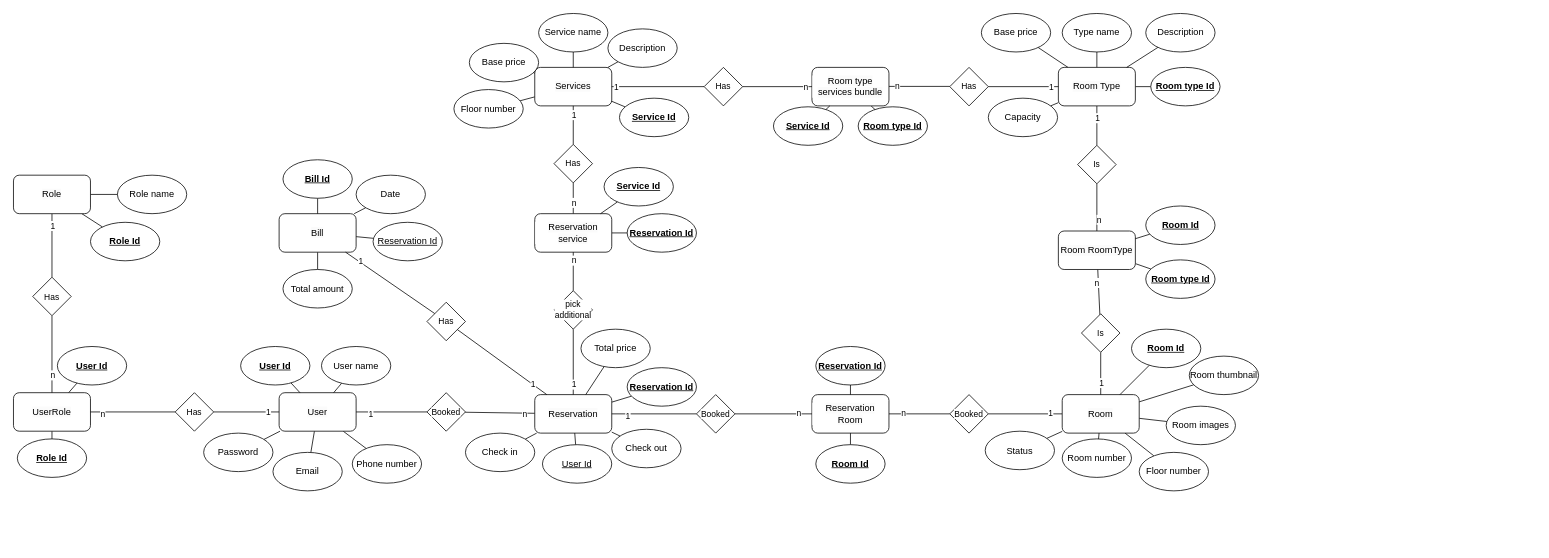
This is doc/ER-Hotel-Management.drawio from HoangDepTraiBoDoiThe/HotelManagement, a draw.io file, before an edit. Source tidied: cells renumbered, new cells numbered last; positions are measured from the earlier drawing's top-left corner, leaving out a move shared by most shapes. Both pictures are drawn from the tidied source at 77%, with x=0, y=0 at pixel (13, 13).
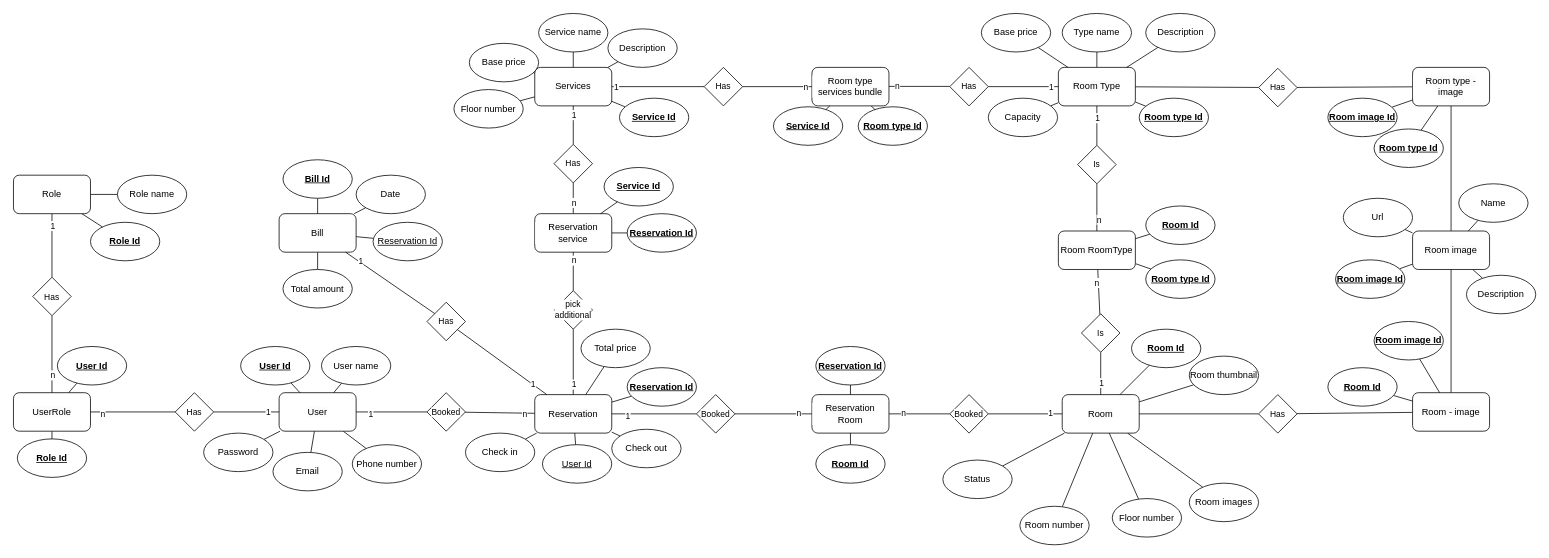
The same diagram, later.

Commit message (it also covers changes not shown here):
Implementing room image - WIP

Unchanged cells that the change refers to:
```xml
<mxCell id="55" value="&lt;span style=&quot;font-size: 12px; background-color: rgb(251, 251, 251);&quot;&gt;Room&lt;/span&gt;" style="rounded=1;whiteSpace=wrap;html=1;fontFamily=Helvetica;fontSize=11;fontColor=default;labelBackgroundColor=default;" parent="1" vertex="1">
  <mxGeometry x="1362" y="495" width="100" height="50" as="geometry" />
</mxCell>
<mxCell id="68" value="&lt;span style=&quot;font-size: 12px; background-color: rgb(251, 251, 251);&quot;&gt;Room Type&lt;/span&gt;" style="rounded=1;whiteSpace=wrap;html=1;fontFamily=Helvetica;fontSize=11;fontColor=default;labelBackgroundColor=default;" parent="1" vertex="1">
  <mxGeometry x="1357" y="70" width="100" height="50" as="geometry" />
</mxCell>
```

Diff of the diagram source:
```diff
@@
     <mxCell id="61" value="Room number" style="ellipse;whiteSpace=wrap;html=1;fontStyle=0;" parent="1" vertex="1">
-      <mxGeometry x="1362" y="552.5" width="90" height="50" as="geometry" />
+      <mxGeometry x="1307" y="640" width="90" height="50" as="geometry" />
     </mxCell>
@@
+    <mxCell id="159" style="edgeStyle=none;shape=connector;rounded=0;jettySize=auto;html=1;strokeColor=default;align=center;verticalAlign=middle;fontFamily=Helvetica;fontSize=11;fontColor=default;labelBackgroundColor=default;endArrow=none;endFill=0;" parent="1" edge="1" source="174" target="163">
+      <mxGeometry relative="1" as="geometry" />
+    </mxCell>
@@
     <mxCell id="69" value="Floor number" style="ellipse;whiteSpace=wrap;html=1;fontStyle=0;" parent="1" vertex="1">
-      <mxGeometry x="1462" y="570" width="90" height="50" as="geometry" />
+      <mxGeometry x="1427" y="630" width="90" height="50" as="geometry" />
     </mxCell>
     <mxCell id="70" value="Status" style="ellipse;whiteSpace=wrap;html=1;fontStyle=0;" parent="1" vertex="1">
-      <mxGeometry x="1262" y="542.5" width="90" height="50" as="geometry" />
+      <mxGeometry x="1207" y="580" width="90" height="50" as="geometry" />
     </mxCell>
@@
     <mxCell id="74" value="Room type Id" style="ellipse;whiteSpace=wrap;html=1;fontStyle=5;" parent="1" vertex="1">
-      <mxGeometry x="1477" y="70" width="90" height="50" as="geometry" />
+      <mxGeometry x="1462" y="110" width="90" height="50" as="geometry" />
     </mxCell>
@@
     <mxCell id="157" value="Room images" style="ellipse;whiteSpace=wrap;html=1;fontStyle=0;" parent="1" vertex="1">
-      <mxGeometry x="1497" y="510" width="90" height="50" as="geometry" />
+      <mxGeometry x="1527" y="610" width="90" height="50" as="geometry" />
     </mxCell>
@@
+    <mxCell id="160" style="edgeStyle=none;shape=connector;rounded=0;jettySize=auto;html=1;strokeColor=default;align=center;verticalAlign=middle;fontFamily=Helvetica;fontSize=11;fontColor=default;labelBackgroundColor=default;endArrow=none;endFill=0;" parent="1" edge="1" source="163" target="177">
+      <mxGeometry relative="1" as="geometry" />
+    </mxCell>
+    <mxCell id="161" style="edgeStyle=none;shape=connector;rounded=0;jettySize=auto;html=1;strokeColor=default;align=center;verticalAlign=middle;fontFamily=Helvetica;fontSize=11;fontColor=default;labelBackgroundColor=default;endArrow=none;endFill=0;" parent="1" edge="1" source="163" target="182">
+      <mxGeometry relative="1" as="geometry" />
+    </mxCell>
+    <mxCell id="162" style="edgeStyle=none;shape=connector;rounded=0;jettySize=auto;html=1;strokeColor=default;align=center;verticalAlign=middle;fontFamily=Helvetica;fontSize=11;fontColor=default;labelBackgroundColor=default;endArrow=none;endFill=0;" parent="1" edge="1" source="163" target="185">
+      <mxGeometry relative="1" as="geometry" />
+    </mxCell>
+    <mxCell id="163" value="&lt;span style=&quot;font-size: 12px; background-color: rgb(251, 251, 251);&quot;&gt;Room image&lt;/span&gt;" style="rounded=1;whiteSpace=wrap;html=1;fontFamily=Helvetica;fontSize=11;fontColor=default;labelBackgroundColor=default;" parent="1" vertex="1">
+      <mxGeometry x="1817" y="282.5" width="100" height="50" as="geometry" />
+    </mxCell>
+    <mxCell id="164" style="edgeStyle=none;shape=connector;rounded=0;jettySize=auto;html=1;strokeColor=default;align=center;verticalAlign=middle;fontFamily=Helvetica;fontSize=11;fontColor=default;labelBackgroundColor=default;endArrow=none;endFill=0;" parent="1" edge="1" source="55" target="166">
+      <mxGeometry relative="1" as="geometry" />
+    </mxCell>
+    <mxCell id="165" style="edgeStyle=none;shape=connector;rounded=0;jettySize=auto;html=1;strokeColor=default;align=center;verticalAlign=middle;fontFamily=Helvetica;fontSize=11;fontColor=default;labelBackgroundColor=default;endArrow=none;endFill=0;" parent="1" edge="1" source="166" target="170">
+      <mxGeometry relative="1" as="geometry" />
+    </mxCell>
+    <mxCell id="166" value="Has" style="rhombus;whiteSpace=wrap;html=1;fontFamily=Helvetica;fontSize=11;fontColor=default;labelBackgroundColor=default;" parent="1" vertex="1">
+      <mxGeometry x="1617" y="495" width="50" height="50" as="geometry" />
+    </mxCell>
+    <mxCell id="167" style="edgeStyle=none;shape=connector;rounded=0;jettySize=auto;html=1;strokeColor=default;align=center;verticalAlign=middle;fontFamily=Helvetica;fontSize=11;fontColor=default;labelBackgroundColor=default;endArrow=none;endFill=0;" parent="1" edge="1" source="68" target="168">
+      <mxGeometry relative="1" as="geometry" />
+    </mxCell>
+    <mxCell id="168" value="Has" style="rhombus;whiteSpace=wrap;html=1;fontFamily=Helvetica;fontSize=11;fontColor=default;labelBackgroundColor=default;" parent="1" vertex="1">
+      <mxGeometry x="1617" y="71.2" width="50" height="50" as="geometry" />
+    </mxCell>
+    <mxCell id="169" style="edgeStyle=none;shape=connector;rounded=0;jettySize=auto;html=1;strokeColor=default;align=center;verticalAlign=middle;fontFamily=Helvetica;fontSize=11;fontColor=default;labelBackgroundColor=default;endArrow=none;endFill=0;" parent="1" edge="1" source="170" target="163">
+      <mxGeometry relative="1" as="geometry" />
+    </mxCell>
+    <mxCell id="170" value="&lt;span style=&quot;font-size: 12px; background-color: rgb(251, 251, 251);&quot;&gt;Room - image&lt;/span&gt;" style="rounded=1;whiteSpace=wrap;html=1;fontFamily=Helvetica;fontSize=11;fontColor=default;labelBackgroundColor=default;" parent="1" vertex="1">
+      <mxGeometry x="1817" y="492.5" width="100" height="50" as="geometry" />
+    </mxCell>
+    <mxCell id="171" style="edgeStyle=none;shape=connector;rounded=0;jettySize=auto;html=1;strokeColor=default;align=center;verticalAlign=middle;fontFamily=Helvetica;fontSize=11;fontColor=default;labelBackgroundColor=default;endArrow=none;endFill=0;" parent="1" edge="1" source="168" target="174">
+      <mxGeometry relative="1" as="geometry" />
+    </mxCell>
+    <mxCell id="172" style="edgeStyle=none;shape=connector;rounded=0;jettySize=auto;html=1;strokeColor=default;align=center;verticalAlign=middle;fontFamily=Helvetica;fontSize=11;fontColor=default;labelBackgroundColor=default;endArrow=none;endFill=0;" parent="1" edge="1" source="174" target="180">
+      <mxGeometry relative="1" as="geometry" />
+    </mxCell>
+    <mxCell id="173" style="edgeStyle=none;shape=connector;rounded=0;jettySize=auto;html=1;strokeColor=default;align=center;verticalAlign=middle;fontFamily=Helvetica;fontSize=11;fontColor=default;labelBackgroundColor=default;endArrow=none;endFill=0;" parent="1" edge="1" source="174" target="181">
+      <mxGeometry relative="1" as="geometry" />
+    </mxCell>
+    <mxCell id="174" value="&lt;span style=&quot;font-size: 12px; background-color: rgb(251, 251, 251);&quot;&gt;Room type -image&lt;/span&gt;" style="rounded=1;whiteSpace=wrap;html=1;fontFamily=Helvetica;fontSize=11;fontColor=default;labelBackgroundColor=default;" parent="1" vertex="1">
+      <mxGeometry x="1817" y="70" width="100" height="50" as="geometry" />
+    </mxCell>
+    <mxCell id="175" style="edgeStyle=none;shape=connector;rounded=0;jettySize=auto;html=1;strokeColor=default;align=center;verticalAlign=middle;fontFamily=Helvetica;fontSize=11;fontColor=default;labelBackgroundColor=default;endArrow=none;endFill=0;" parent="1" edge="1" source="176" target="170">
+      <mxGeometry relative="1" as="geometry" />
+    </mxCell>
+    <mxCell id="176" value="Room Id" style="ellipse;whiteSpace=wrap;html=1;fontStyle=5;" parent="1" vertex="1">
+      <mxGeometry x="1707" y="460" width="90" height="50" as="geometry" />
+    </mxCell>
+    <mxCell id="177" value="Room image Id" style="ellipse;whiteSpace=wrap;html=1;fontStyle=5;" parent="1" vertex="1">
+      <mxGeometry x="1717" y="320" width="90" height="50" as="geometry" />
+    </mxCell>
+    <mxCell id="178" style="edgeStyle=none;shape=connector;rounded=0;jettySize=auto;html=1;strokeColor=default;align=center;verticalAlign=middle;fontFamily=Helvetica;fontSize=11;fontColor=default;labelBackgroundColor=default;endArrow=none;endFill=0;" parent="1" edge="1" source="179" target="170">
+      <mxGeometry relative="1" as="geometry" />
+    </mxCell>
+    <mxCell id="179" value="Room image Id" style="ellipse;whiteSpace=wrap;html=1;fontStyle=5;" parent="1" vertex="1">
+      <mxGeometry x="1767" y="400" width="90" height="50" as="geometry" />
+    </mxCell>
+    <mxCell id="180" value="Room image Id" style="ellipse;whiteSpace=wrap;html=1;fontStyle=5;" parent="1" vertex="1">
+      <mxGeometry x="1707" y="110" width="90" height="50" as="geometry" />
+    </mxCell>
+    <mxCell id="181" value="Room type Id" style="ellipse;whiteSpace=wrap;html=1;fontStyle=5;" parent="1" vertex="1">
+      <mxGeometry x="1767" y="150" width="90" height="50" as="geometry" />
+    </mxCell>
+    <mxCell id="182" value="Url" style="ellipse;whiteSpace=wrap;html=1;fontStyle=0;" parent="1" vertex="1">
+      <mxGeometry x="1727" y="240" width="90" height="50" as="geometry" />
+    </mxCell>
+    <mxCell id="183" style="edgeStyle=none;shape=connector;rounded=0;jettySize=auto;html=1;strokeColor=default;align=center;verticalAlign=middle;fontFamily=Helvetica;fontSize=11;fontColor=default;labelBackgroundColor=default;endArrow=none;endFill=0;" parent="1" edge="1" source="184" target="163">
+      <mxGeometry relative="1" as="geometry" />
+    </mxCell>
+    <mxCell id="184" value="Name" style="ellipse;whiteSpace=wrap;html=1;fontStyle=0;" parent="1" vertex="1">
+      <mxGeometry x="1877" y="221.2" width="90" height="50" as="geometry" />
+    </mxCell>
+    <mxCell id="185" value="Description" style="ellipse;whiteSpace=wrap;html=1;fontStyle=0;" parent="1" vertex="1">
+      <mxGeometry x="1887" y="340" width="90" height="50" as="geometry" />
+    </mxCell>
```
